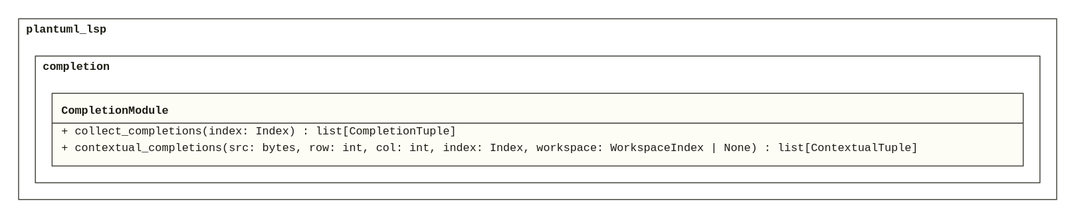
This is doc/assets/CL_Completion.svg from derivasoftware/plantuml-lsp, a PlantUML export, as it was before one commit. Its source is kept beside it as design/lld/plantuml_lsp/CL_Completion.puml.
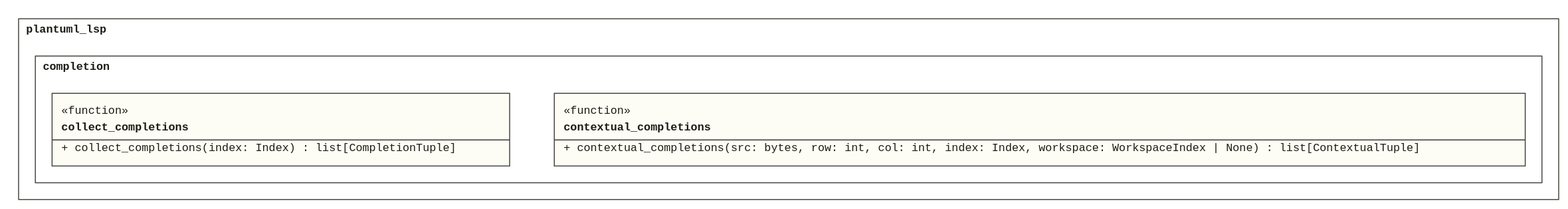
After the commit.

The edit, as a diff of the source:
```diff
@@ -3,11 +3,12 @@
 !startsub CompletionModule
 
 namespace plantuml_lsp.completion {
-  class "<<module>>" as CompletionModule {
+  class collect_completions <<function>> {
     + collect_completions(index: Index) : list[CompletionTuple]
+  }
+  class contextual_completions <<function>> {
     + contextual_completions(src: bytes, row: int, col: int, index: Index, workspace: WorkspaceIndex | None) : list[ContextualTuple]
   }
-  CompletionModule ..> plantuml_lsp.index.Index
 }
 
 !endsub
```
